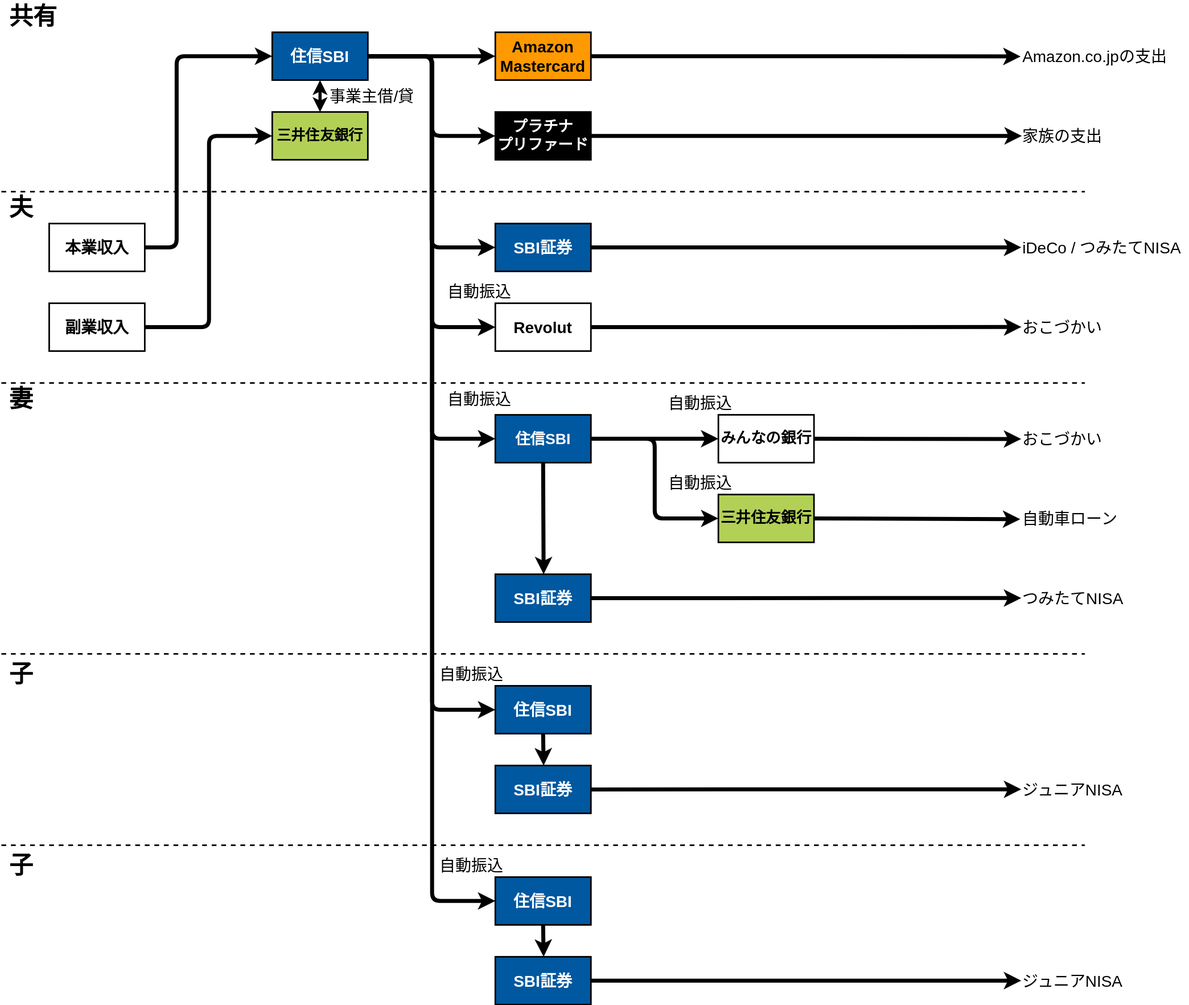
This is 202307.drawio.svg from pranc1ngpegasus/moneyflow, a draw.io export, as it was before one commit. Source tidied: cells renumbered, new cells last; positions are measured from the earlier drawing's top-left corner, leaving out a move shared by most shapes.
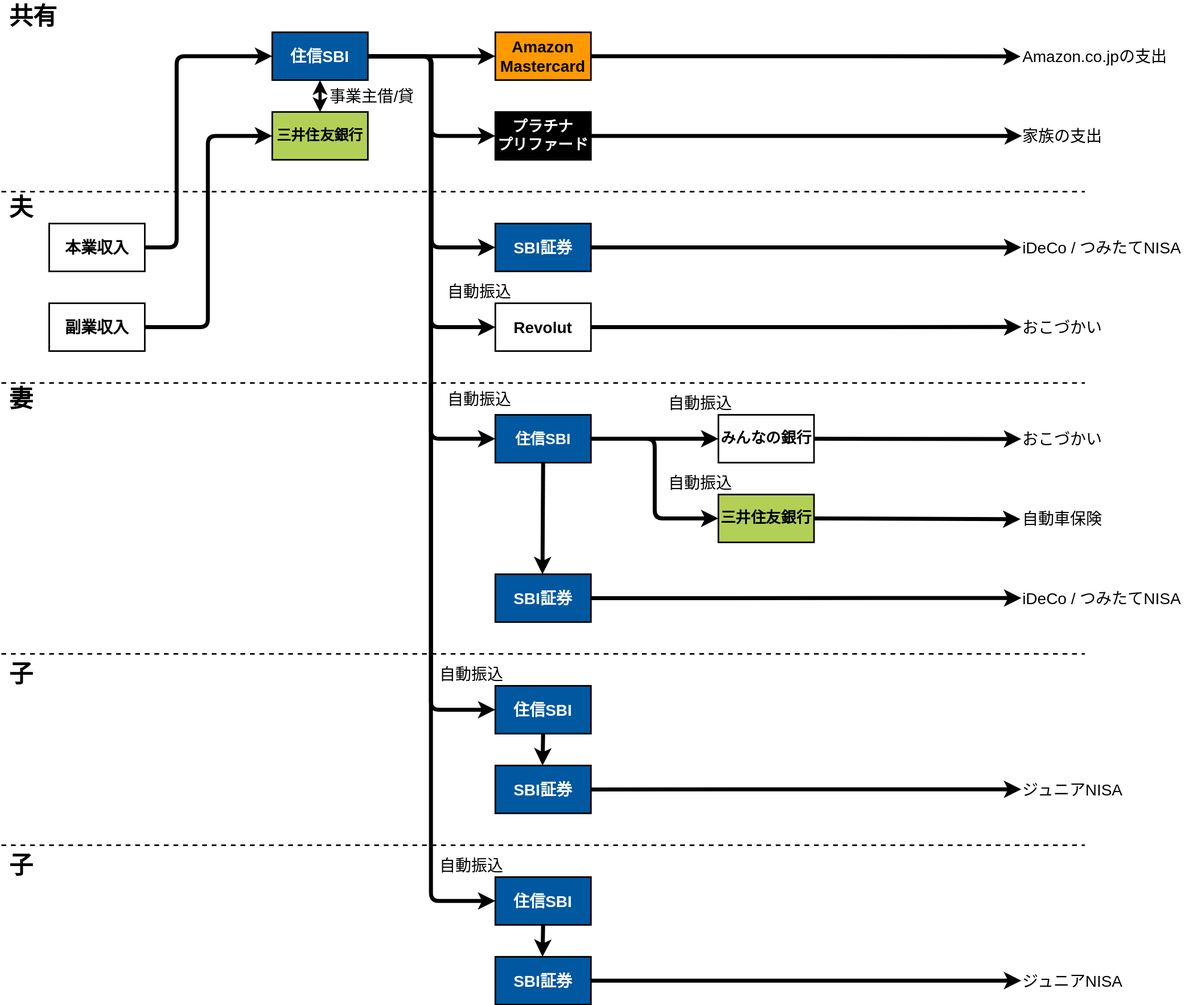
Later version of the same file.

Commit message:
202307.drawio.svg を更新します

What changed in the source:
```diff
@@ -115,8 +115,8 @@
     <mxCell id="34" style="rounded=1;jettySize=auto;html=1;fontColor=#231f20;strokeWidth=5;entryX=0.001;entryY=0.497;entryDx=0;entryDy=0;entryPerimeter=0;exitX=1;exitY=0.5;exitDx=0;exitDy=0;" parent="1" edge="1" source="32" target="35">
       <mxGeometry relative="1" as="geometry" />
     </mxCell>
-    <mxCell id="35" value="&lt;span style=&quot;text-align: center&quot;&gt;つみたてNISA&lt;/span&gt;" style="text;html=1;align=left;verticalAlign=middle;points=[];fillColor=none;strokeColor=none;rounded=0;fontSize=20;strokeWidth=5;" parent="1" vertex="1">
-      <mxGeometry x="1280" y="730" width="150" height="40" as="geometry" />
+    <mxCell id="35" value="iDeCo / つみたてNISA" style="text;html=1;align=left;verticalAlign=middle;points=[];fillColor=none;strokeColor=none;rounded=0;fontSize=20;strokeWidth=5;" parent="1" vertex="1">
+      <mxGeometry x="1280" y="730" width="220" height="40" as="geometry" />
     </mxCell>
     <mxCell id="36" value="おこづかい" style="text;html=1;align=left;verticalAlign=middle;points=[];fillColor=none;strokeColor=none;rounded=0;fontSize=20;spacing=2;strokeWidth=5;" parent="1" vertex="1">
       <mxGeometry x="1280" y="535" width="120" height="30" as="geometry" />
@@ -181,8 +181,8 @@
     <mxCell id="55" value="自動振込" style="text;html=1;align=center;verticalAlign=middle;fillColor=none;strokeColor=none;rounded=0;fontSize=20;strokeWidth=5;" parent="1" vertex="1">
       <mxGeometry x="827" y="590" width="100" height="30" as="geometry" />
     </mxCell>
-    <mxCell id="56" value="自動車ローン" style="text;html=1;align=left;verticalAlign=middle;points=[];fillColor=none;strokeColor=none;rounded=0;fontSize=20;spacing=2;strokeWidth=5;" parent="1" vertex="1">
-      <mxGeometry x="1280" y="630" width="140" height="40" as="geometry" />
+    <mxCell id="56" value="自動車保険" style="text;html=1;align=left;verticalAlign=middle;points=[];fillColor=none;strokeColor=none;rounded=0;fontSize=20;spacing=2;strokeWidth=5;" parent="1" vertex="1">
+      <mxGeometry x="1280" y="630" width="120" height="40" as="geometry" />
     </mxCell>
     <mxCell id="57" style="elbow=horizontal;endArrow=classic;html=1;fontSize=20;strokeWidth=5;endSize=6;exitX=1;exitY=0.5;exitDx=0;exitDy=0;entryX=-0.008;entryY=0.523;entryDx=0;entryDy=0;entryPerimeter=0;" parent="1" edge="1" source="54" target="56">
       <mxGeometry relative="1" as="geometry" />
```
